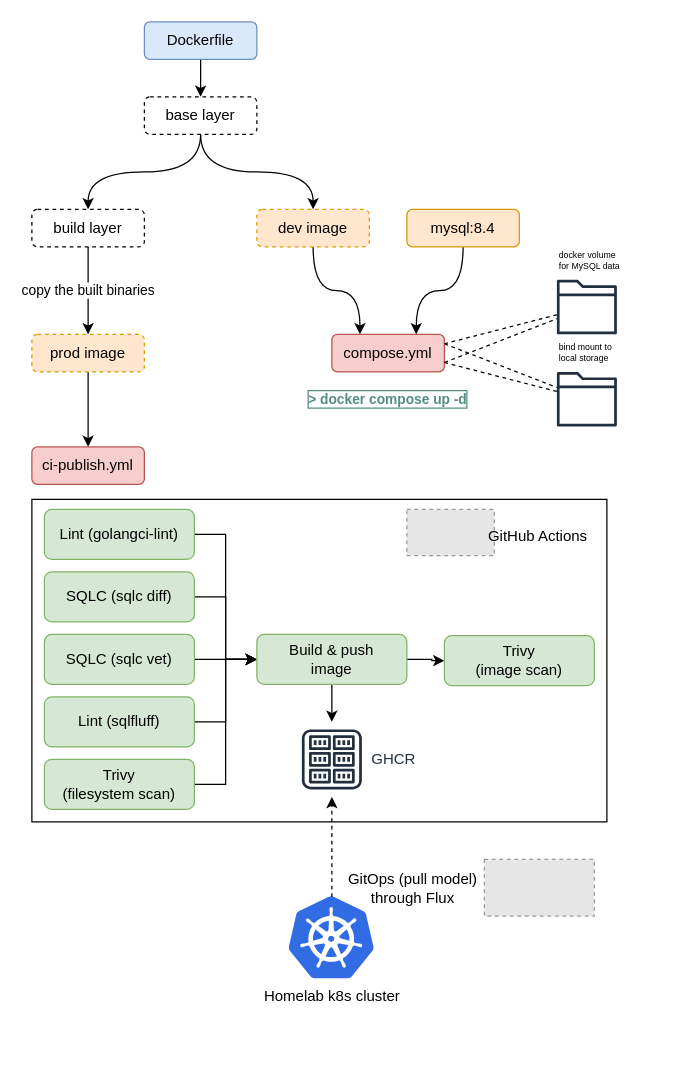
Earlier version of the draw.io diagram docs/deployment.drawio (MurtadhaInit/e-store-backend). Source tidied: cells renumbered, new cells numbered last; positions are measured from the earlier drawing's top-left corner, leaving out a move shared by most shapes. Both pictures are drawn from the tidied source at 125%, with x=0, y=0 at pixel (31, 21). Pictures stored in the file or linked from it are replaced by grey dashed boxes.
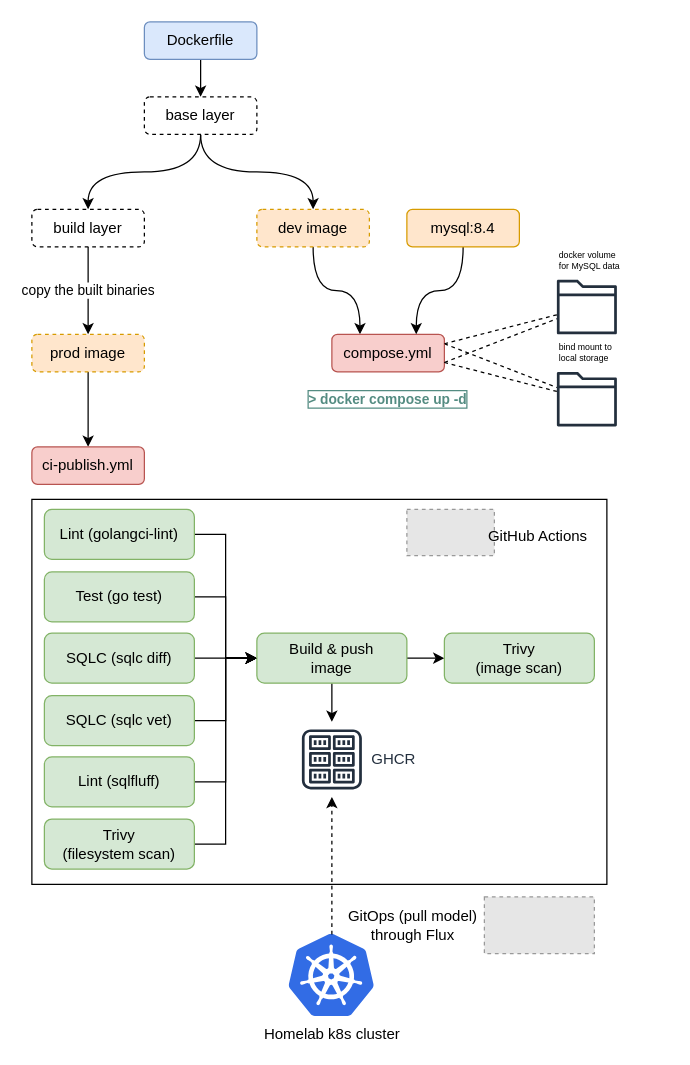
The same diagram, later.

The edit, as a diff of the source:
```diff
@@
     <mxCell id="2" style="rounded=0;whiteSpace=wrap;html=1;fillColor=none;" parent="1" vertex="1">
-      <mxGeometry y="382" width="460" height="258" as="geometry" />
+      <mxGeometry y="382" width="460" height="308" as="geometry" />
     </mxCell>
@@
     <mxCell id="33" value="SQLC (sqlc diff)" style="rounded=1;whiteSpace=wrap;html=1;fillColor=#d5e8d4;strokeColor=#82b366;" parent="1" vertex="1">
-      <mxGeometry x="10" y="440" width="120" height="40" as="geometry" />
+      <mxGeometry x="10" y="489" width="120" height="40" as="geometry" />
     </mxCell>
@@
     <mxCell id="35" value="SQLC (sqlc vet)" style="rounded=1;whiteSpace=wrap;html=1;fillColor=#d5e8d4;strokeColor=#82b366;" parent="1" vertex="1">
-      <mxGeometry x="10" y="490" width="120" height="40" as="geometry" />
+      <mxGeometry x="10" y="539" width="120" height="40" as="geometry" />
     </mxCell>
@@
     <mxCell id="37" value="Trivy&lt;div&gt;(filesystem scan)&lt;/div&gt;" style="rounded=1;whiteSpace=wrap;html=1;fillColor=#d5e8d4;strokeColor=#82b366;" parent="1" vertex="1">
-      <mxGeometry x="10" y="590" width="120" height="40" as="geometry" />
+      <mxGeometry x="10" y="637.7" width="120" height="40" as="geometry" />
     </mxCell>
@@
     <mxCell id="39" value="Lint (sqlfluff)" style="rounded=1;whiteSpace=wrap;html=1;fillColor=#d5e8d4;strokeColor=#82b366;" parent="1" vertex="1">
-      <mxGeometry x="10" y="540" width="120" height="40" as="geometry" />
+      <mxGeometry x="10" y="588" width="120" height="40" as="geometry" />
     </mxCell>
@@
     <mxCell id="42" value="Build &amp;amp; push&lt;div&gt;image&lt;/div&gt;" style="rounded=1;whiteSpace=wrap;html=1;fillColor=#d5e8d4;strokeColor=#82b366;" parent="1" vertex="1">
-      <mxGeometry x="180" y="490" width="120" height="40" as="geometry" />
+      <mxGeometry x="180" y="489" width="120" height="40" as="geometry" />
     </mxCell>
     <mxCell id="43" value="Trivy&lt;div&gt;(image scan)&lt;/div&gt;" style="rounded=1;whiteSpace=wrap;html=1;fillColor=#d5e8d4;strokeColor=#82b366;" parent="1" vertex="1">
-      <mxGeometry x="330" y="491" width="120" height="40" as="geometry" />
+      <mxGeometry x="330" y="489" width="120" height="40" as="geometry" />
     </mxCell>
@@
     <mxCell id="45" value="Homelab k8s cluster" style="image;sketch=0;html=1;points=[];align=center;fontSize=12;image=img/lib/mscae/Kubernetes.svg;" parent="1" vertex="1">
-      <mxGeometry x="205.7" y="700" width="68.5" height="65.8" as="geometry" />
+      <mxGeometry x="205.7" y="730" width="68.5" height="65.8" as="geometry" />
     </mxCell>
@@
     <mxCell id="47" value="GitOps (pull model) through Flux" style="text;html=1;whiteSpace=wrap;strokeColor=none;fillColor=none;align=center;verticalAlign=middle;rounded=0;" parent="1" vertex="1">
-      <mxGeometry x="235" y="677.7" width="140" height="30" as="geometry" />
+      <mxGeometry x="235" y="707.7" width="140" height="30" as="geometry" />
     </mxCell>
     <mxCell id="48" style="fillColor=#E6E6E6;strokeColor=#999999;dashed=1;verticalLabelPosition=bottom;labelBackgroundColor=default;verticalAlign=top;" parent="1" vertex="1">
-      <mxGeometry x="362" y="670" width="88" height="45.4" as="geometry" />
+      <mxGeometry x="362" y="700" width="88" height="45.4" as="geometry" />
     </mxCell>
+    <mxCell id="49" style="edgeStyle=orthogonalEdgeStyle;rounded=0;jettySize=auto;html=1;entryX=0;entryY=0.5;entryDx=0;entryDy=0;" parent="1" edge="1" source="50" target="42">
+      <mxGeometry relative="1" as="geometry" />
+    </mxCell>
+    <mxCell id="50" value="Test (go test)" style="rounded=1;whiteSpace=wrap;html=1;fillColor=#d5e8d4;strokeColor=#82b366;" parent="1" vertex="1">
+      <mxGeometry x="10" y="440" width="120" height="40" as="geometry" />
+    </mxCell>
```
